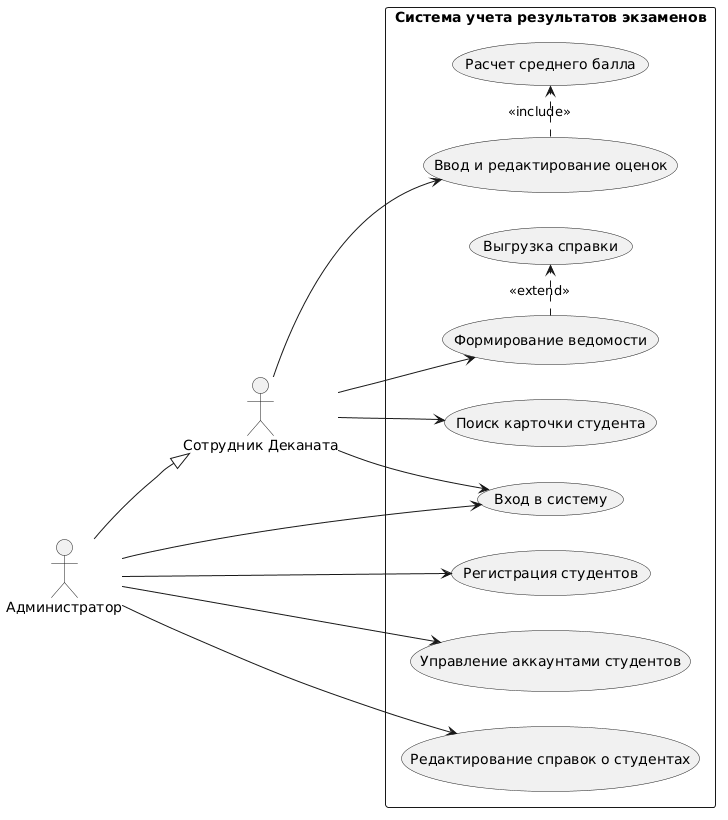
This is out/docs/diagrams/usecase/usecase.png from darkangelo4ek987-ui/Project, a PlantUML export, as it was before one commit. Source of this version:
```plantuml
@startuml
left to right direction
skinparam packageStyle rectangle

actor "Сотрудник Деканата" as Dean
actor "Администратор" as Admin

Admin --|> Dean

rectangle "Система учета результатов экзаменов" {
  usecase "Вход в систему" as UC_Login
  usecase "Ввод и редактирование оценок" as UC_Grades
  usecase "Расчет среднего балла" as UC_Calc
  usecase "Поиск карточки студента" as UC_Search
  usecase "Формирование ведомости" as UC_Report
  usecase "Выгрузка справки" as UC_Export
  usecase "Регистрация студентов" as UC_Reg
  usecase "Управление аккаунтами студентов" as UC_Acc
  usecase "Редактирование справок о студентах" as UC_EditDoc

  Dean --> UC_Grades
  Dean --> UC_Search
  Dean --> UC_Report
  Dean --> UC_Login

  Admin --> UC_Login
  Admin --> UC_Reg
  Admin --> UC_Acc
  Admin --> UC_EditDoc

  UC_Grades .> UC_Calc : <<include>>
  UC_Report .> UC_Export : <<extend>>
}
@enduml
```
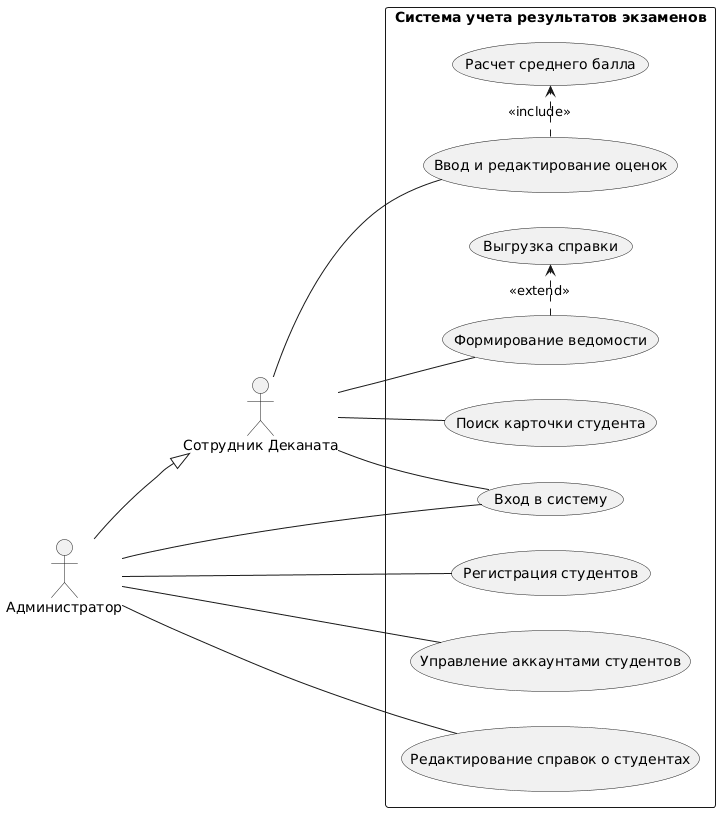
After the change.

The edit, as a diff of the source:
```diff
@@ -18,15 +18,15 @@
   usecase "Управление аккаунтами студентов" as UC_Acc
   usecase "Редактирование справок о студентах" as UC_EditDoc
 
-  Dean --> UC_Grades
-  Dean --> UC_Search
-  Dean --> UC_Report
-  Dean --> UC_Login
+  Dean -- UC_Grades
+  Dean -- UC_Search
+  Dean -- UC_Report
+  Dean -- UC_Login
 
-  Admin --> UC_Login
-  Admin --> UC_Reg
-  Admin --> UC_Acc
-  Admin --> UC_EditDoc
+  Admin -- UC_Login
+  Admin -- UC_Reg
+  Admin -- UC_Acc
+  Admin -- UC_EditDoc
 
   UC_Grades .> UC_Calc : <<include>>
   UC_Report .> UC_Export : <<extend>>
```
